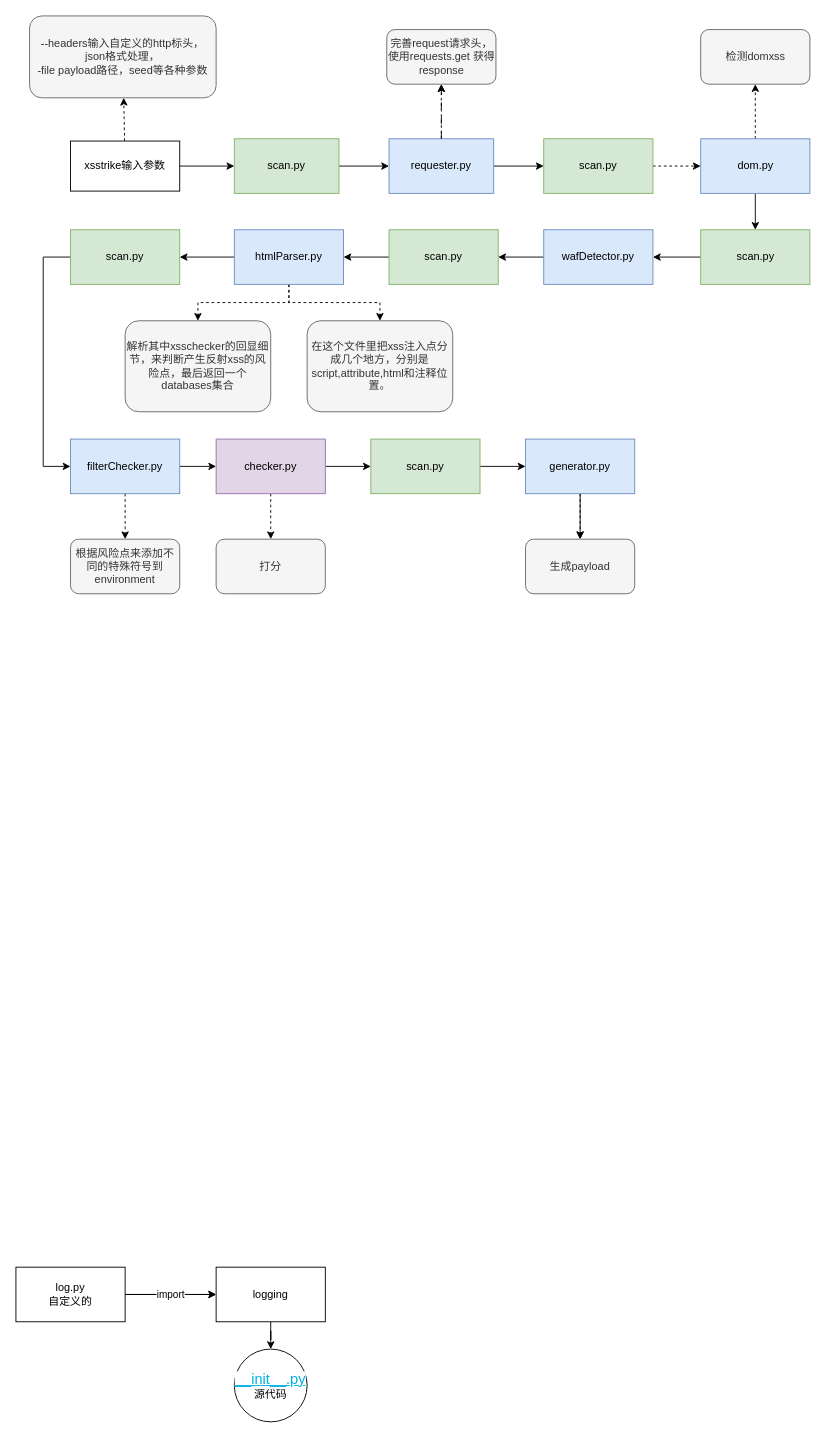
This is page "第 1 页" (1 of 2) of xsstrike 反射xss流程.drawio from chenyk320/work, a draw.io file, before an edit. Source tidied: cells renumbered, new cells numbered last; positions are measured from the earlier drawing's top-left corner, leaving out a move shared by most shapes. Both pictures are drawn from the tidied source at 91%, with x=0, y=0 at pixel (15, 15).
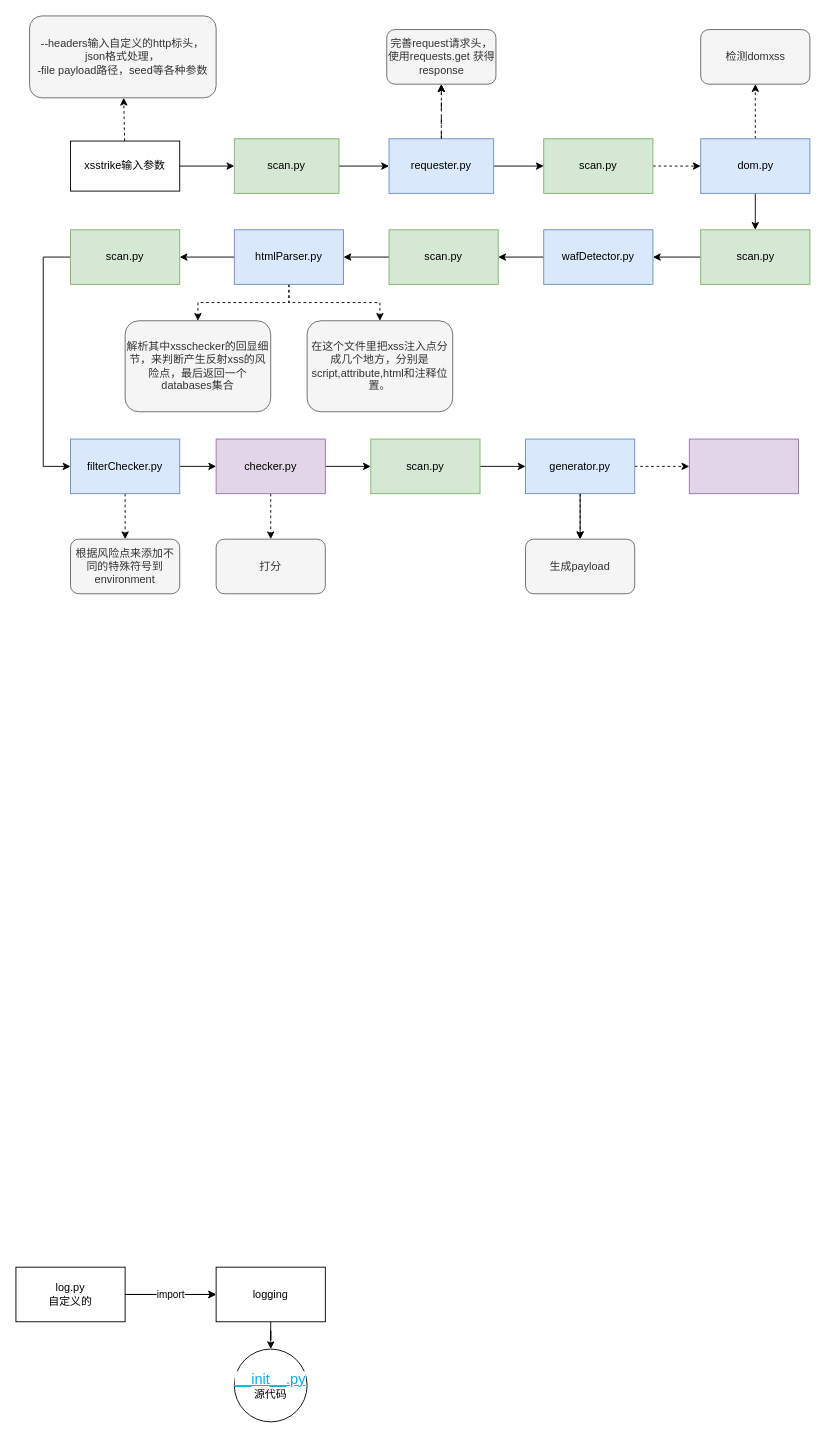
Above is the later version.

Commit message:
更新xsstrike 反射xss流程.drawio

The change refers to these unchanged cells:
```xml
<mxCell id="53" value="generator.py" style="whiteSpace=wrap;html=1;fillColor=#dae8fc;strokeColor=#6c8ebf;rounded=0;" parent="1" vertex="1">
  <mxGeometry x="560" y="465" width="120" height="60" as="geometry" />
</mxCell>
```

Change to the diagram source:
```diff
@@
+    <mxCell id="55" style="edgeStyle=orthogonalEdgeStyle;rounded=0;jettySize=auto;html=1;dashed=1;" parent="1" edge="1" source="53" target="56">
+      <mxGeometry relative="1" as="geometry" />
+    </mxCell>
@@
+    <mxCell id="56" style="whiteSpace=wrap;html=1;fillColor=#e1d5e7;strokeColor=#9673a6;rounded=0;" parent="1" vertex="1">
+      <mxGeometry x="740" y="465" width="120" height="60" as="geometry" />
+    </mxCell>
```
